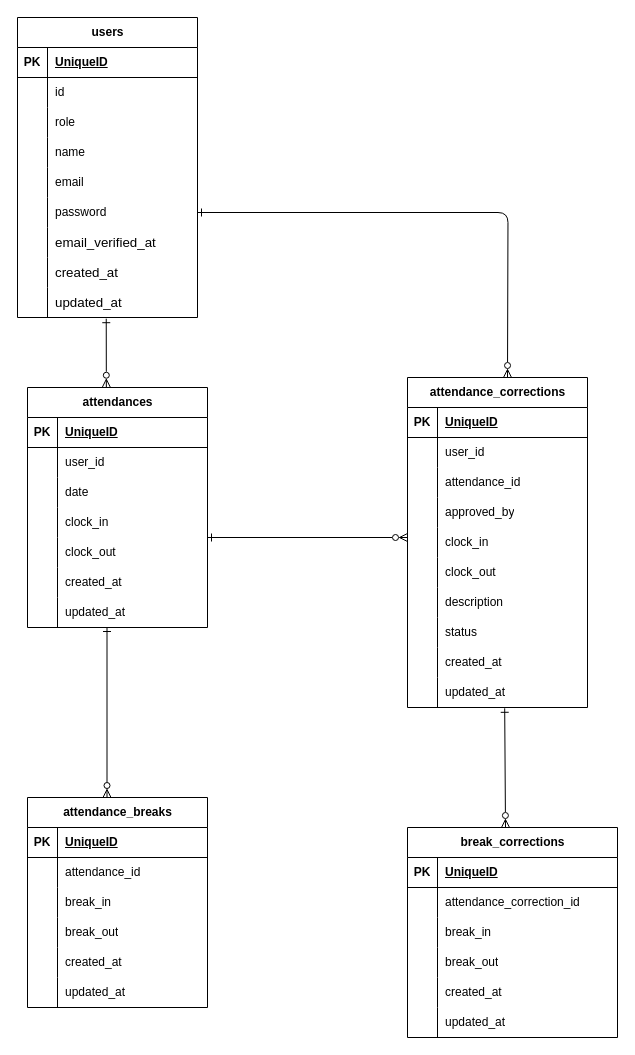
shiorimorita/attend-app keeps this draw.io diagram as src/relarion.drawio. Above is the earlier version. Source tidied: cells renumbered, new cells numbered last; positions are measured from the earlier drawing's top-left corner, leaving out a move shared by most shapes. Both pictures are drawn from the tidied source at 100%, with x=0, y=0 at pixel (17, 17).
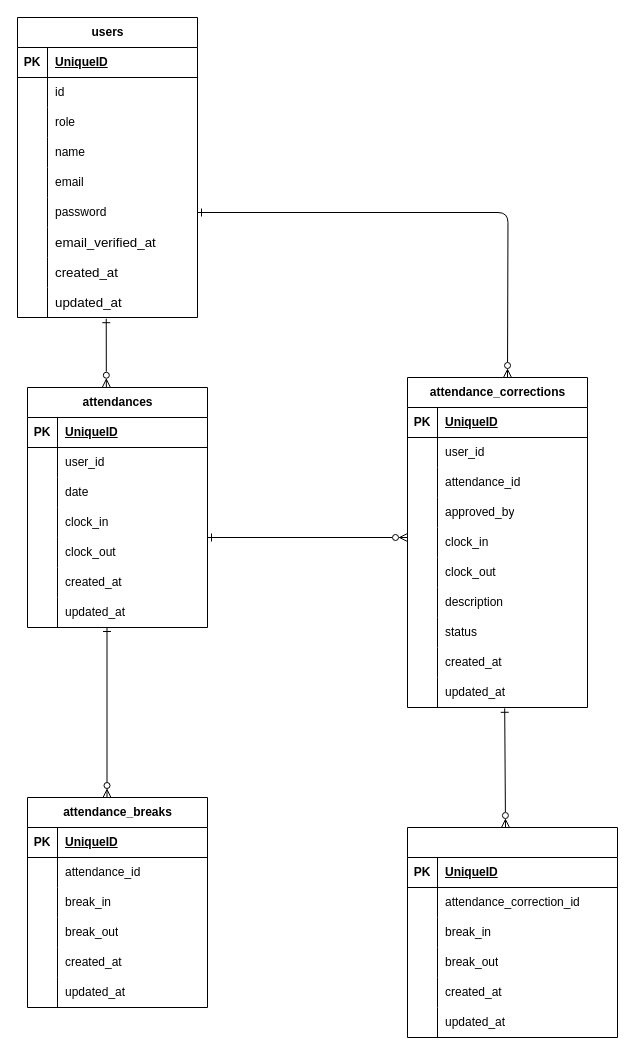
The same diagram, later.

Diff of the diagram source:
```diff
@@
-    <mxCell id="104" value="break_corrections" style="shape=table;startSize=30;childLayout=tableLayout;rowLines=0;fontStyle=1;align=center;html=1;" parent="1" vertex="1">
+    <mxCell id="104" style="shape=table;startSize=30;childLayout=tableLayout;rowLines=0;fontStyle=1;align=center;html=1;" parent="1" vertex="1">
       <mxGeometry x="390" y="810" width="210" height="210" as="geometry" />
     </mxCell>
```
